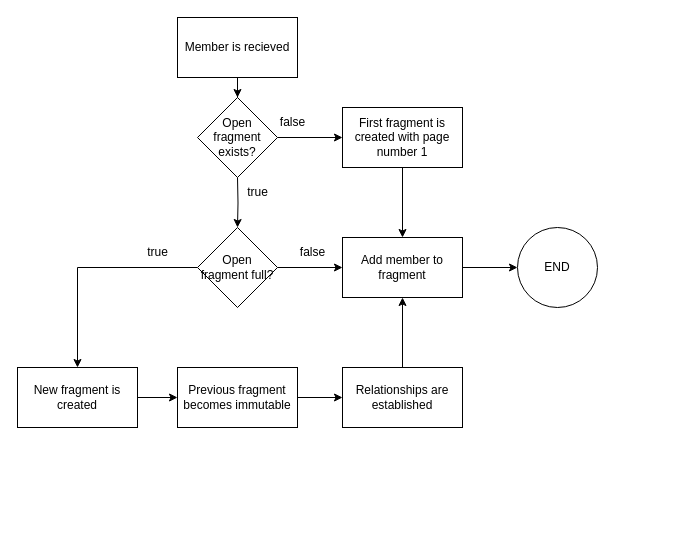
Informatievlaanderen/VSDS-LDESServer4J keeps this draw.io diagram as ldes-fragmentisers/ldes-fragmentisers-pagination/content/paginationAlgorithm.drawio. Above is the earlier version. Source tidied: cells renumbered, new cells numbered last; positions are measured from the earlier drawing's top-left corner, leaving out a move shared by most shapes. Both pictures are drawn from the tidied source at 100%, with x=0, y=0 at pixel (17, 17).
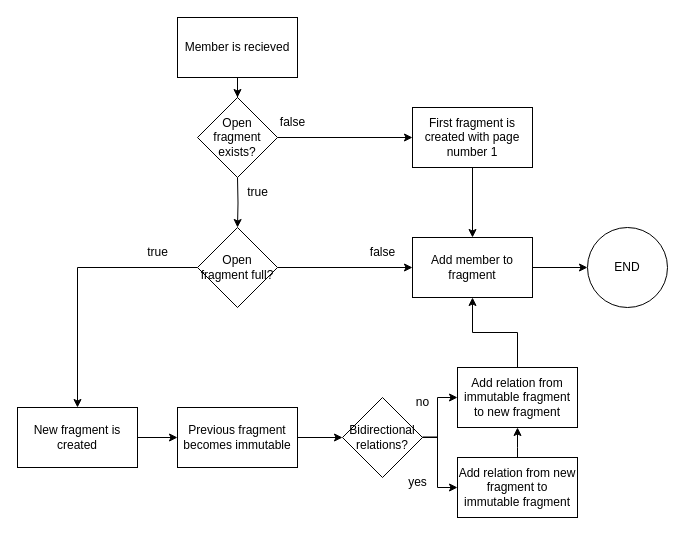
The same diagram, later.

Commit message (it also covers changes not shown here):
Fix: Test bidirectional relations

The edit, as a diff of the source:
```diff
@@
     <mxCell id="5" value="First fragment is created with page number 1" style="rounded=0;whiteSpace=wrap;html=1;" parent="1" vertex="1">
-      <mxGeometry x="325" y="90" width="120" height="60" as="geometry" />
+      <mxGeometry x="395" y="90" width="120" height="60" as="geometry" />
     </mxCell>
@@
     <mxCell id="11" value="Add member to fragment" style="rounded=0;whiteSpace=wrap;html=1;" parent="1" vertex="1">
-      <mxGeometry x="325" y="220" width="120" height="60" as="geometry" />
+      <mxGeometry x="395" y="220" width="120" height="60" as="geometry" />
     </mxCell>
     <mxCell id="12" value="false" style="text;html=1;align=center;verticalAlign=middle;strokeColor=none;fillColor=none;" parent="1" vertex="1">
-      <mxGeometry x="270" y="220" width="50" height="30" as="geometry" />
+      <mxGeometry x="340" y="220" width="50" height="30" as="geometry" />
     </mxCell>
@@
     <mxCell id="14" value="New fragment is created" style="rounded=0;whiteSpace=wrap;html=1;" parent="1" vertex="1">
-      <mxGeometry y="350" width="120" height="60" as="geometry" />
+      <mxGeometry y="390" width="120" height="60" as="geometry" />
     </mxCell>
@@
-    <mxCell id="16" style="edgeStyle=orthogonalEdgeStyle;rounded=0;jettySize=auto;html=1;entryX=0;entryY=0.5;entryDx=0;entryDy=0;" parent="1" edge="1" source="17" target="19">
-      <mxGeometry relative="1" as="geometry" />
+    <mxCell id="16" style="edgeStyle=orthogonalEdgeStyle;rounded=0;jettySize=auto;html=1;entryX=0;entryY=0.5;entryDx=0;entryDy=0;" parent="1" edge="1" source="17">
+      <mxGeometry relative="1" as="geometry">
+        <mxPoint x="325" y="420" as="targetPoint" />
+      </mxGeometry>
     </mxCell>
     <mxCell id="17" value="Previous fragment becomes immutable" style="rounded=0;whiteSpace=wrap;html=1;" parent="1" vertex="1">
-      <mxGeometry x="160" y="350" width="120" height="60" as="geometry" />
+      <mxGeometry x="160" y="390" width="120" height="60" as="geometry" />
     </mxCell>
-    <mxCell id="18" style="edgeStyle=orthogonalEdgeStyle;rounded=0;jettySize=auto;html=1;entryX=0.5;entryY=1;entryDx=0;entryDy=0;" parent="1" edge="1" source="19" target="11">
+    <mxCell id="18" style="edgeStyle=orthogonalEdgeStyle;rounded=0;jettySize=auto;html=1;entryX=0.5;entryY=1;entryDx=0;entryDy=0;exitX=0.5;exitY=0;exitDx=0;exitDy=0;" parent="1" edge="1" source="27" target="11">
       <mxGeometry relative="1" as="geometry" />
     </mxCell>
-    <mxCell id="19" value="Relationships are established" style="rounded=0;whiteSpace=wrap;html=1;" parent="1" vertex="1">
-      <mxGeometry x="325" y="350" width="120" height="60" as="geometry" />
-    </mxCell>
@@
     <mxCell id="24" value="END" style="ellipse;whiteSpace=wrap;html=1;" parent="1" vertex="1">
-      <mxGeometry x="500" y="210" width="80" height="80" as="geometry" />
+      <mxGeometry x="570" y="210" width="80" height="80" as="geometry" />
     </mxCell>
+    <mxCell id="25" value="Bidirectional relations?" style="rhombus;whiteSpace=wrap;html=1;" parent="1" vertex="1">
+      <mxGeometry x="325" y="380" width="80" height="80" as="geometry" />
+    </mxCell>
+    <mxCell id="26" value="Add relation from new fragment to immutable fragment" style="rounded=0;whiteSpace=wrap;html=1;" parent="1" vertex="1">
+      <mxGeometry x="440" y="440" width="120" height="60" as="geometry" />
+    </mxCell>
+    <mxCell id="27" value="Add relation from immutable fragment to new fragment" style="rounded=0;whiteSpace=wrap;html=1;" parent="1" vertex="1">
+      <mxGeometry x="440" y="350" width="120" height="60" as="geometry" />
+    </mxCell>
+    <mxCell id="28" style="edgeStyle=orthogonalEdgeStyle;rounded=0;jettySize=auto;html=1;entryX=0;entryY=0.5;entryDx=0;entryDy=0;" parent="1" edge="1" target="26">
+      <mxGeometry relative="1" as="geometry">
+        <mxPoint x="405" y="419.5" as="sourcePoint" />
+        <Array as="points">
+          <mxPoint x="420" y="420" />
+          <mxPoint x="420" y="470" />
+        </Array>
+      </mxGeometry>
+    </mxCell>
+    <mxCell id="29" style="edgeStyle=orthogonalEdgeStyle;rounded=0;jettySize=auto;html=1;entryX=0.5;entryY=1;entryDx=0;entryDy=0;exitX=0.5;exitY=0;exitDx=0;exitDy=0;" parent="1" edge="1" source="26" target="27">
+      <mxGeometry relative="1" as="geometry">
+        <Array as="points">
+          <mxPoint x="500" y="430" />
+          <mxPoint x="500" y="430" />
+        </Array>
+      </mxGeometry>
+    </mxCell>
+    <mxCell id="30" style="edgeStyle=orthogonalEdgeStyle;rounded=0;jettySize=auto;html=1;entryX=0;entryY=0.5;entryDx=0;entryDy=0;exitX=1;exitY=0.5;exitDx=0;exitDy=0;" parent="1" edge="1" source="25" target="27">
+      <mxGeometry relative="1" as="geometry">
+        <Array as="points">
+          <mxPoint x="420" y="420" />
+          <mxPoint x="420" y="380" />
+        </Array>
+      </mxGeometry>
+    </mxCell>
+    <mxCell id="31" value="yes" style="text;html=1;align=center;verticalAlign=middle;strokeColor=none;fillColor=none;" parent="1" vertex="1">
+      <mxGeometry x="380" y="450" width="40" height="30" as="geometry" />
+    </mxCell>
+    <mxCell id="32" value="no" style="text;html=1;align=center;verticalAlign=middle;strokeColor=none;fillColor=none;" parent="1" vertex="1">
+      <mxGeometry x="385" y="370" width="40" height="30" as="geometry" />
+    </mxCell>
```
